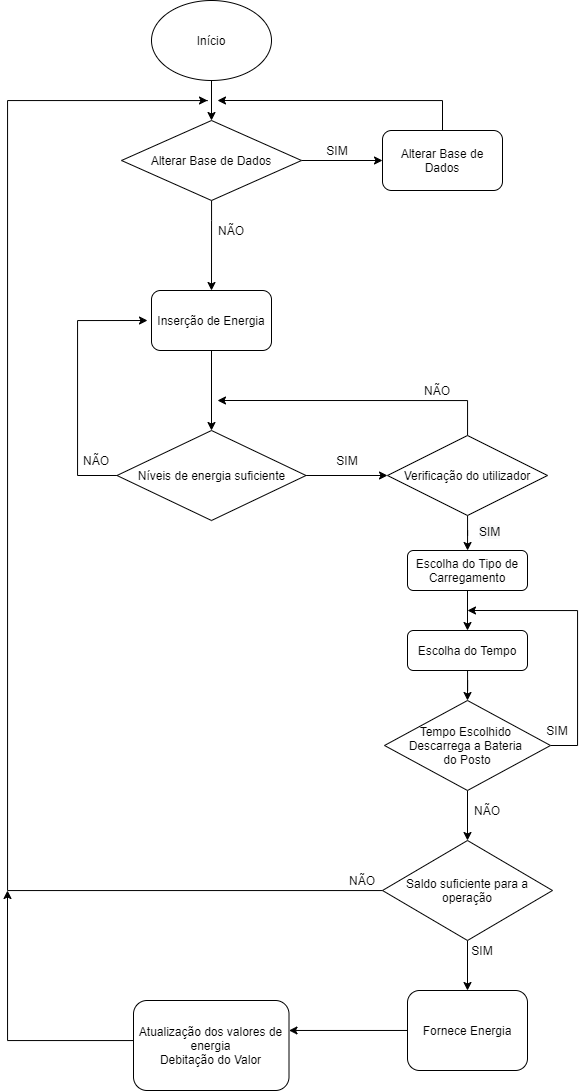
The draw.io diagram flux_geral.png in ProgRub/Proj2AC, before a commit. Source tidied: cells renumbered, new cells last; positions are measured from the earlier drawing's top-left corner, leaving out a move shared by most shapes.
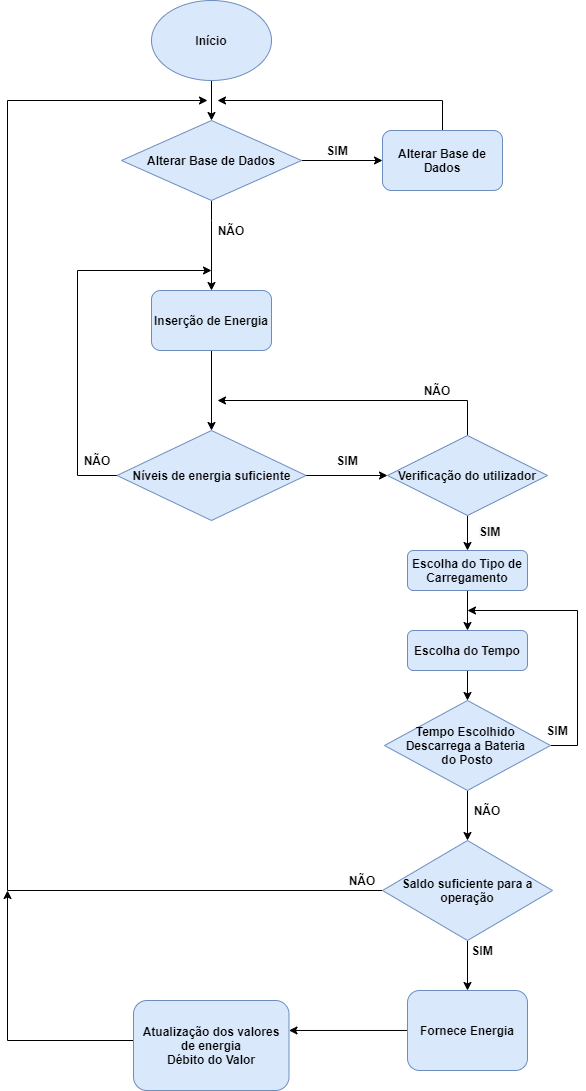
Above is the later version.

The edit, as a diff of the source:
```diff
@@ -5,7 +5,7 @@
     <mxCell id="2" style="edgeStyle=orthogonalEdgeStyle;rounded=0;jettySize=auto;html=1;entryX=0.5;entryY=0;entryDx=0;entryDy=0;" parent="1" edge="1" source="3" target="29">
       <mxGeometry relative="1" as="geometry" />
     </mxCell>
-    <mxCell id="3" value="Início" style="ellipse;whiteSpace=wrap;html=1;" parent="1" vertex="1">
+    <mxCell id="3" value="&lt;b&gt;Início&lt;/b&gt;" style="ellipse;whiteSpace=wrap;html=1;fillColor=#dae8fc;strokeColor=#6c8ebf;" parent="1" vertex="1">
       <mxGeometry x="144" width="120" height="80" as="geometry" />
     </mxCell>
     <mxCell id="4" style="edgeStyle=orthogonalEdgeStyle;rounded=0;jettySize=auto;html=1;entryX=0;entryY=0.5;entryDx=0;entryDy=0;" parent="1" edge="1" source="6" target="22">
@@ -13,23 +13,23 @@
     </mxCell>
     <mxCell id="5" style="edgeStyle=orthogonalEdgeStyle;rounded=0;jettySize=auto;html=1;" parent="1" edge="1" source="6">
       <mxGeometry relative="1" as="geometry">
-        <mxPoint x="140" y="320" as="targetPoint" />
+        <mxPoint x="204" y="270" as="targetPoint" />
         <Array as="points">
           <mxPoint x="70" y="475" />
-          <mxPoint x="70" y="320" />
+          <mxPoint x="70" y="270" />
         </Array>
       </mxGeometry>
     </mxCell>
-    <mxCell id="6" value="Níveis de energia suficiente" style="rhombus;whiteSpace=wrap;html=1;" parent="1" vertex="1">
+    <mxCell id="6" value="&lt;b&gt;Níveis de energia suficiente&lt;/b&gt;" style="rhombus;whiteSpace=wrap;html=1;fillColor=#dae8fc;strokeColor=#6c8ebf;" parent="1" vertex="1">
       <mxGeometry x="109.5" y="430" width="189" height="90" as="geometry" />
     </mxCell>
-    <mxCell id="7" value="NÃO" style="text;html=1;strokeColor=none;fillColor=none;align=center;verticalAlign=middle;whiteSpace=wrap;rounded=0;" parent="1" vertex="1">
+    <mxCell id="7" value="&lt;b&gt;NÃO&lt;/b&gt;" style="text;html=1;strokeColor=none;fillColor=none;align=center;verticalAlign=middle;whiteSpace=wrap;rounded=0;" parent="1" vertex="1">
       <mxGeometry x="69.5" y="450" width="40" height="20" as="geometry" />
     </mxCell>
     <mxCell id="8" style="edgeStyle=orthogonalEdgeStyle;rounded=0;jettySize=auto;html=1;" parent="1" edge="1" source="9" target="38">
       <mxGeometry relative="1" as="geometry" />
     </mxCell>
-    <mxCell id="9" value="Escolha do Tipo de Carregamento" style="rounded=1;whiteSpace=wrap;html=1;" parent="1" vertex="1">
+    <mxCell id="9" value="&lt;b&gt;Escolha do Tipo de Carregamento&lt;/b&gt;" style="rounded=1;whiteSpace=wrap;html=1;fillColor=#dae8fc;strokeColor=#6c8ebf;" parent="1" vertex="1">
       <mxGeometry x="400" y="550" width="120" height="40" as="geometry" />
     </mxCell>
     <mxCell id="10" style="edgeStyle=orthogonalEdgeStyle;rounded=0;jettySize=auto;html=1;entryX=0.5;entryY=0;entryDx=0;entryDy=0;" parent="1" edge="1" source="12" target="14">
@@ -45,22 +45,22 @@
         </Array>
       </mxGeometry>
     </mxCell>
-    <mxCell id="12" value="Saldo suficiente para a operação" style="rhombus;whiteSpace=wrap;html=1;" parent="1" vertex="1">
+    <mxCell id="12" value="&lt;b&gt;Saldo suficiente para a operação&lt;/b&gt;" style="rhombus;whiteSpace=wrap;html=1;fillColor=#dae8fc;strokeColor=#6c8ebf;" parent="1" vertex="1">
       <mxGeometry x="375" y="840" width="170" height="100" as="geometry" />
     </mxCell>
     <mxCell id="13" style="edgeStyle=orthogonalEdgeStyle;rounded=0;jettySize=auto;html=1;entryX=1;entryY=0.333;entryDx=0;entryDy=0;entryPerimeter=0;" parent="1" edge="1" source="14" target="19">
       <mxGeometry relative="1" as="geometry" />
     </mxCell>
-    <mxCell id="14" value="Fornece Energia" style="rounded=1;whiteSpace=wrap;html=1;" parent="1" vertex="1">
+    <mxCell id="14" value="&lt;b&gt;Fornece Energia&lt;/b&gt;" style="rounded=1;whiteSpace=wrap;html=1;fillColor=#dae8fc;strokeColor=#6c8ebf;" parent="1" vertex="1">
       <mxGeometry x="400" y="990" width="120" height="80" as="geometry" />
     </mxCell>
-    <mxCell id="15" value="SIM" style="text;html=1;strokeColor=none;fillColor=none;align=center;verticalAlign=middle;whiteSpace=wrap;rounded=0;" parent="1" vertex="1">
+    <mxCell id="15" value="&lt;b&gt;SIM&lt;/b&gt;" style="text;html=1;strokeColor=none;fillColor=none;align=center;verticalAlign=middle;whiteSpace=wrap;rounded=0;" parent="1" vertex="1">
       <mxGeometry x="455" y="940" width="40" height="20" as="geometry" />
     </mxCell>
-    <mxCell id="16" value="NÃO" style="text;html=1;strokeColor=none;fillColor=none;align=center;verticalAlign=middle;whiteSpace=wrap;rounded=0;" parent="1" vertex="1">
+    <mxCell id="16" value="&lt;b&gt;NÃO&lt;/b&gt;" style="text;html=1;strokeColor=none;fillColor=none;align=center;verticalAlign=middle;whiteSpace=wrap;rounded=0;" parent="1" vertex="1">
       <mxGeometry x="460" y="800" width="40" height="20" as="geometry" />
     </mxCell>
-    <mxCell id="17" value="SIM" style="text;html=1;strokeColor=none;fillColor=none;align=center;verticalAlign=middle;whiteSpace=wrap;rounded=0;" parent="1" vertex="1">
+    <mxCell id="17" value="&lt;b&gt;SIM&lt;/b&gt;" style="text;html=1;strokeColor=none;fillColor=none;align=center;verticalAlign=middle;whiteSpace=wrap;rounded=0;" parent="1" vertex="1">
       <mxGeometry x="320" y="450" width="40" height="20" as="geometry" />
     </mxCell>
     <mxCell id="18" style="edgeStyle=orthogonalEdgeStyle;rounded=0;jettySize=auto;html=1;" parent="1" edge="1" source="19">
@@ -72,7 +72,7 @@
         </Array>
       </mxGeometry>
     </mxCell>
-    <mxCell id="19" value="Atualização dos valores de energia&lt;br&gt;Debitação do Valor" style="rounded=1;whiteSpace=wrap;html=1;" parent="1" vertex="1">
+    <mxCell id="19" value="&lt;b&gt;Atualização dos valores de energia&lt;br&gt;Débito do Valor&lt;/b&gt;" style="rounded=1;whiteSpace=wrap;html=1;fillColor=#dae8fc;strokeColor=#6c8ebf;" parent="1" vertex="1">
       <mxGeometry x="126" y="1000" width="155.5" height="90" as="geometry" />
     </mxCell>
     <mxCell id="20" style="edgeStyle=orthogonalEdgeStyle;rounded=0;jettySize=auto;html=1;" parent="1" edge="1" source="22" target="9">
@@ -86,19 +86,19 @@
         </Array>
       </mxGeometry>
     </mxCell>
-    <mxCell id="22" value="&lt;span&gt;Verificação do utilizador&lt;/span&gt;" style="rhombus;whiteSpace=wrap;html=1;" parent="1" vertex="1">
+    <mxCell id="22" value="&lt;span&gt;&lt;b&gt;Verificação do utilizador&lt;/b&gt;&lt;/span&gt;" style="rhombus;whiteSpace=wrap;html=1;fillColor=#dae8fc;strokeColor=#6c8ebf;" parent="1" vertex="1">
       <mxGeometry x="380" y="435" width="160" height="80" as="geometry" />
     </mxCell>
-    <mxCell id="23" value="&lt;div&gt;&#10;&#10;&lt;!--StartFragment--&gt;&lt;span style=&quot;color: rgb(0, 0, 0); font-family: Helvetica; font-size: 12px; font-style: normal; font-variant-ligatures: normal; font-variant-caps: normal; font-weight: 400; letter-spacing: normal; orphans: 2; text-align: center; text-indent: 0px; text-transform: none; widows: 2; word-spacing: 0px; -webkit-text-stroke-width: 0px; background-color: rgb(248, 249, 250); text-decoration-style: initial; text-decoration-color: initial; float: none; display: inline !important;&quot;&gt;SIM&lt;/span&gt;&lt;!--EndFragment--&gt;&#10;&#10;&lt;/div&gt;" style="text;whiteSpace=wrap;html=1;" parent="1" vertex="1">
+    <mxCell id="23" value="&lt;div&gt;&lt;br&gt;&lt;br&gt;&lt;span style=&quot;color: rgb(0 , 0 , 0) ; font-family: &amp;#34;helvetica&amp;#34; ; font-size: 12px ; font-style: normal ; letter-spacing: normal ; text-align: center ; text-indent: 0px ; text-transform: none ; word-spacing: 0px ; background-color: rgb(248 , 249 , 250) ; float: none ; display: inline&quot;&gt;&lt;b&gt;SIM&lt;/b&gt;&lt;/span&gt;&lt;br&gt;&lt;br&gt;&lt;/div&gt;" style="text;whiteSpace=wrap;html=1;" parent="1" vertex="1">
       <mxGeometry x="470" y="490" width="50" height="20" as="geometry" />
     </mxCell>
-    <mxCell id="24" value="NÃO" style="text;html=1;strokeColor=none;fillColor=none;align=center;verticalAlign=middle;whiteSpace=wrap;rounded=0;" parent="1" vertex="1">
+    <mxCell id="24" value="&lt;b&gt;NÃO&lt;/b&gt;" style="text;html=1;strokeColor=none;fillColor=none;align=center;verticalAlign=middle;whiteSpace=wrap;rounded=0;" parent="1" vertex="1">
       <mxGeometry x="410" y="380" width="40" height="20" as="geometry" />
     </mxCell>
     <mxCell id="25" style="edgeStyle=orthogonalEdgeStyle;rounded=0;jettySize=auto;html=1;entryX=0.5;entryY=0;entryDx=0;entryDy=0;" parent="1" edge="1" source="26" target="6">
       <mxGeometry relative="1" as="geometry" />
     </mxCell>
-    <mxCell id="26" value="Inserção de Energia" style="rounded=1;whiteSpace=wrap;html=1;" parent="1" vertex="1">
+    <mxCell id="26" value="&lt;b&gt;Inserção de Energia&lt;/b&gt;" style="rounded=1;whiteSpace=wrap;html=1;fillColor=#dae8fc;strokeColor=#6c8ebf;" parent="1" vertex="1">
       <mxGeometry x="144" y="290" width="120" height="60" as="geometry" />
     </mxCell>
     <mxCell id="27" style="edgeStyle=orthogonalEdgeStyle;rounded=0;jettySize=auto;html=1;entryX=0.5;entryY=0;entryDx=0;entryDy=0;" parent="1" edge="1" source="29" target="26">
@@ -112,10 +112,10 @@
     <mxCell id="28" style="edgeStyle=orthogonalEdgeStyle;rounded=0;jettySize=auto;html=1;entryX=0;entryY=0.5;entryDx=0;entryDy=0;" parent="1" edge="1" source="29" target="32">
       <mxGeometry relative="1" as="geometry" />
     </mxCell>
-    <mxCell id="29" value="&lt;span&gt;Alterar Base de Dados&lt;/span&gt;" style="rhombus;whiteSpace=wrap;html=1;" parent="1" vertex="1">
+    <mxCell id="29" value="&lt;span&gt;&lt;b&gt;Alterar Base de Dados&lt;/b&gt;&lt;/span&gt;" style="rhombus;whiteSpace=wrap;html=1;fillColor=#dae8fc;strokeColor=#6c8ebf;" parent="1" vertex="1">
       <mxGeometry x="114" y="120" width="180" height="80" as="geometry" />
     </mxCell>
-    <mxCell id="30" value="NÃO" style="text;html=1;strokeColor=none;fillColor=none;align=center;verticalAlign=middle;whiteSpace=wrap;rounded=0;" parent="1" vertex="1">
+    <mxCell id="30" value="&lt;b&gt;NÃO&lt;/b&gt;" style="text;html=1;strokeColor=none;fillColor=none;align=center;verticalAlign=middle;whiteSpace=wrap;rounded=0;" parent="1" vertex="1">
       <mxGeometry x="204" y="220" width="40" height="20" as="geometry" />
     </mxCell>
     <mxCell id="31" style="edgeStyle=orthogonalEdgeStyle;rounded=0;jettySize=auto;html=1;" parent="1" edge="1" source="32">
@@ -126,10 +126,10 @@
         </Array>
       </mxGeometry>
     </mxCell>
-    <mxCell id="32" value="Alterar Base de Dados" style="rounded=1;whiteSpace=wrap;html=1;" parent="1" vertex="1">
+    <mxCell id="32" value="&lt;b&gt;Alterar Base de Dados&lt;/b&gt;" style="rounded=1;whiteSpace=wrap;html=1;fillColor=#dae8fc;strokeColor=#6c8ebf;" parent="1" vertex="1">
       <mxGeometry x="375" y="130" width="120" height="60" as="geometry" />
     </mxCell>
-    <mxCell id="33" value="SIM" style="text;html=1;strokeColor=none;fillColor=none;align=center;verticalAlign=middle;whiteSpace=wrap;rounded=0;" parent="1" vertex="1">
+    <mxCell id="33" value="&lt;b&gt;SIM&lt;/b&gt;" style="text;html=1;strokeColor=none;fillColor=none;align=center;verticalAlign=middle;whiteSpace=wrap;rounded=0;" parent="1" vertex="1">
       <mxGeometry x="310" y="140" width="40" height="20" as="geometry" />
     </mxCell>
     <mxCell id="34" style="edgeStyle=orthogonalEdgeStyle;rounded=0;jettySize=auto;html=1;entryX=0.5;entryY=0;entryDx=0;entryDy=0;" parent="1" edge="1" source="36" target="12">
@@ -144,19 +144,19 @@
         </Array>
       </mxGeometry>
     </mxCell>
-    <mxCell id="36" value="Tempo Escolhido &lt;br&gt;Descarrega a Bateria &lt;br&gt;do Posto" style="rhombus;whiteSpace=wrap;html=1;" parent="1" vertex="1">
+    <mxCell id="36" value="&lt;b&gt;Tempo Escolhido &lt;br&gt;Descarrega a Bateria &lt;br&gt;do Posto&lt;/b&gt;" style="rhombus;whiteSpace=wrap;html=1;fillColor=#dae8fc;strokeColor=#6c8ebf;" parent="1" vertex="1">
       <mxGeometry x="377" y="700" width="166" height="90" as="geometry" />
     </mxCell>
     <mxCell id="37" style="edgeStyle=orthogonalEdgeStyle;rounded=0;jettySize=auto;html=1;entryX=0.5;entryY=0;entryDx=0;entryDy=0;" parent="1" edge="1" source="38" target="36">
       <mxGeometry relative="1" as="geometry" />
     </mxCell>
-    <mxCell id="38" value="Escolha do Tempo" style="rounded=1;whiteSpace=wrap;html=1;" parent="1" vertex="1">
+    <mxCell id="38" value="&lt;b&gt;Escolha do Tempo&lt;/b&gt;" style="rounded=1;whiteSpace=wrap;html=1;fillColor=#dae8fc;strokeColor=#6c8ebf;" parent="1" vertex="1">
       <mxGeometry x="400" y="630" width="120" height="40" as="geometry" />
     </mxCell>
-    <mxCell id="39" value="SIM" style="text;html=1;strokeColor=none;fillColor=none;align=center;verticalAlign=middle;whiteSpace=wrap;rounded=0;" parent="1" vertex="1">
+    <mxCell id="39" value="&lt;b&gt;SIM&lt;/b&gt;" style="text;html=1;strokeColor=none;fillColor=none;align=center;verticalAlign=middle;whiteSpace=wrap;rounded=0;" parent="1" vertex="1">
       <mxGeometry x="530" y="720" width="40" height="20" as="geometry" />
     </mxCell>
-    <mxCell id="40" value="NÃO" style="text;html=1;strokeColor=none;fillColor=none;align=center;verticalAlign=middle;whiteSpace=wrap;rounded=0;" parent="1" vertex="1">
+    <mxCell id="40" value="&lt;b&gt;NÃO&lt;/b&gt;" style="text;html=1;strokeColor=none;fillColor=none;align=center;verticalAlign=middle;whiteSpace=wrap;rounded=0;" parent="1" vertex="1">
       <mxGeometry x="335" y="870" width="40" height="20" as="geometry" />
     </mxCell>
   </root>
```
